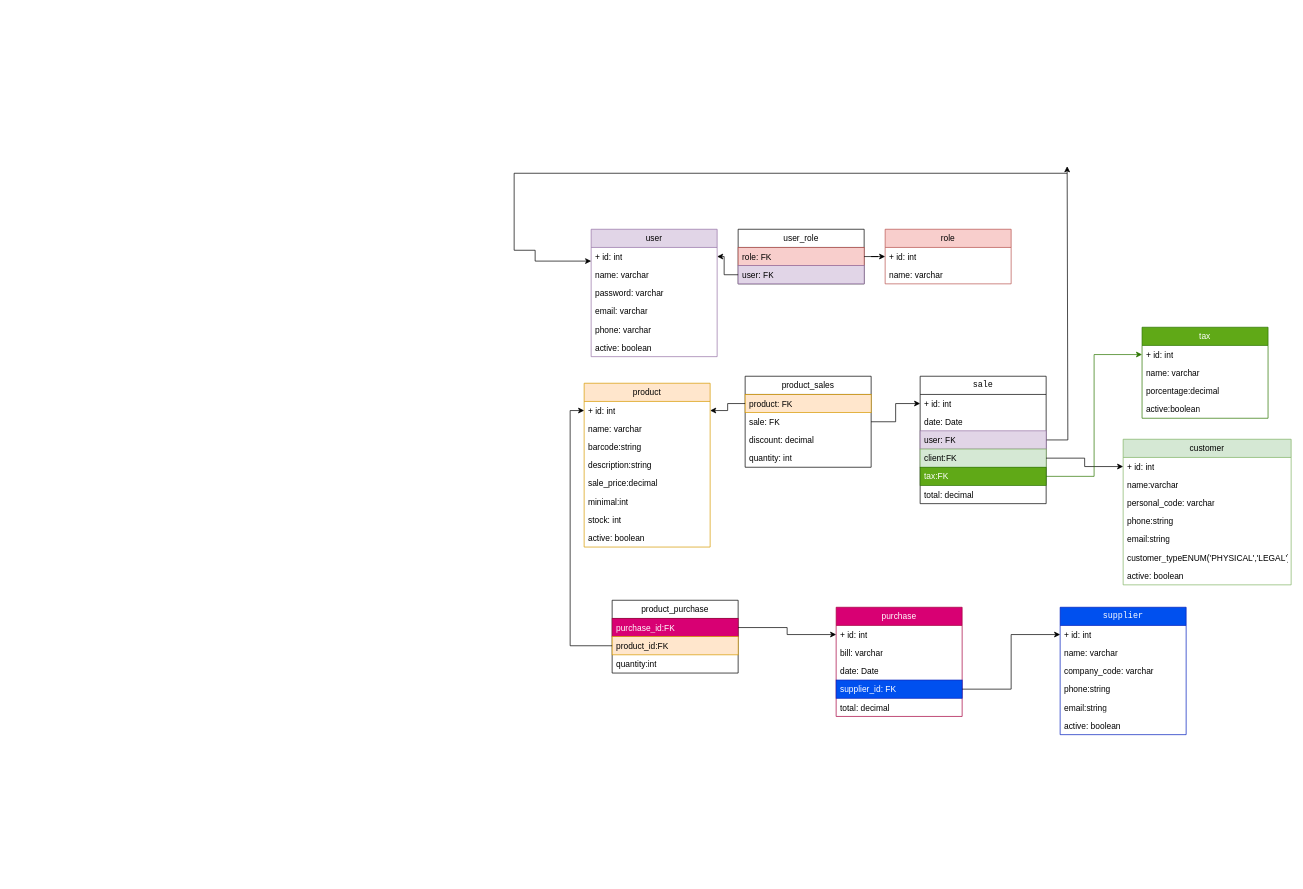
Before: proyecto/elArgentino_bbdd.drawio in Gladys077/App-Ventas-y-Stock, a draw.io diagram. Source tidied: cells renumbered, new cells numbered last; positions are measured from the earlier drawing's top-left corner, leaving out a move shared by most shapes. Both pictures are drawn from the tidied source at 70%, with x=0, y=0 at pixel (514, 166).
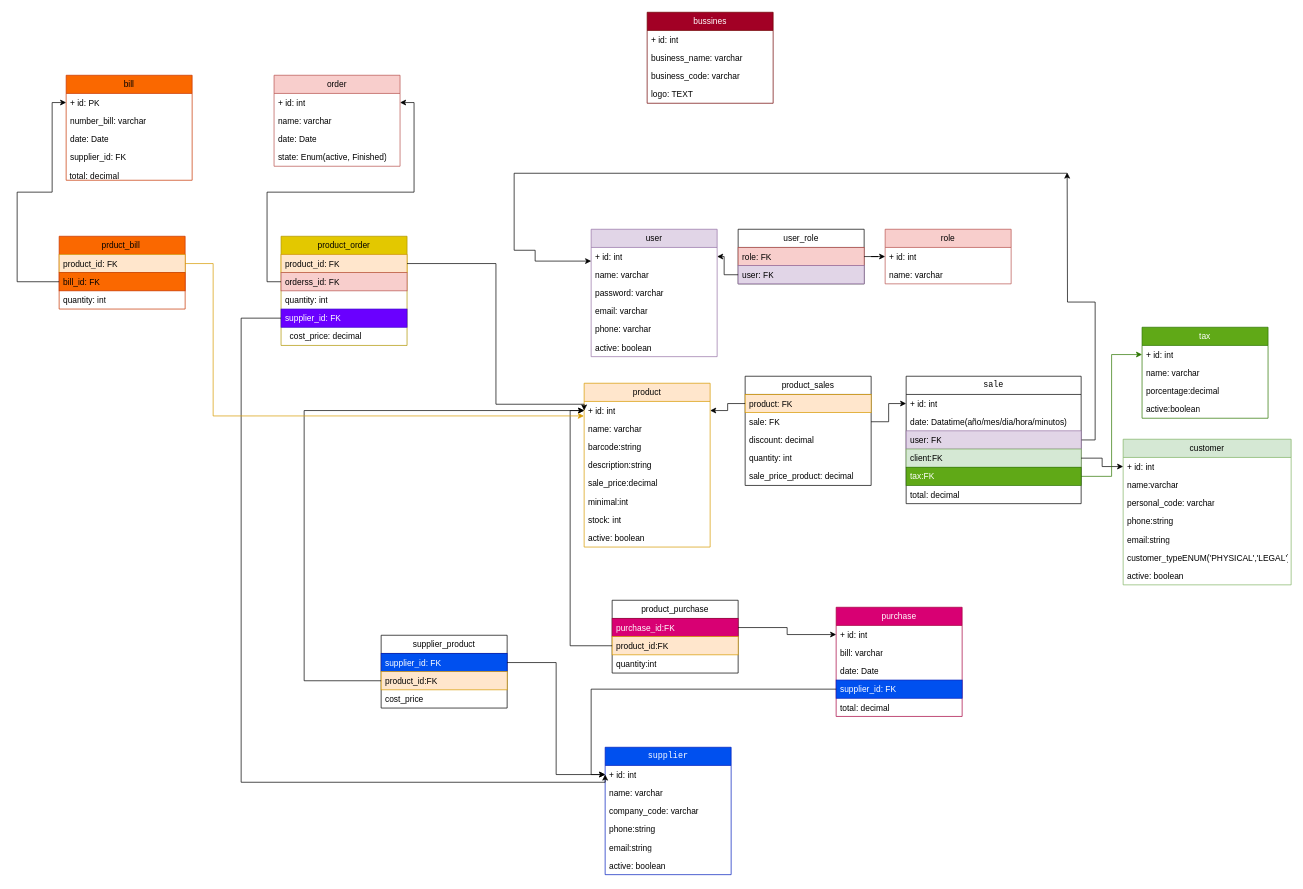
The same diagram, later.

Commit message (it also covers changes not shown here):
agregando ussies en la bbdd

The change refers to these unchanged cells:
```xml
<mxCell id="18" value="+ id: int" style="text;strokeColor=none;fillColor=none;align=left;verticalAlign=top;spacingLeft=4;spacingRight=4;overflow=hidden;points=[[0,0.5],[1,0.5]];portConstraint=eastwest;whiteSpace=wrap;html=1;" parent="17" vertex="1">
  <mxGeometry y="26" width="180" height="26" as="geometry" />
</mxCell>
<mxCell id="27" value="+ id: int" style="text;strokeColor=none;fillColor=none;align=left;verticalAlign=top;spacingLeft=4;spacingRight=4;overflow=hidden;points=[[0,0.5],[1,0.5]];portConstraint=eastwest;whiteSpace=wrap;html=1;" parent="26" vertex="1">
  <mxGeometry y="26" width="180" height="26" as="geometry" />
</mxCell>
```

The edit, as a diff of the source:
```diff
@@
     <mxCell id="26" value="&lt;pre dir=&quot;ltr&quot; aria-label=&quot;Texto traducido&quot; style=&quot;text-align:left&quot; id=&quot;tw-target-text&quot; class=&quot;tw-data-text tw-text-large tw-ta&quot;&gt;&lt;span lang=&quot;en&quot; class=&quot;Y2IQFc&quot;&gt;supplier&lt;/span&gt;&lt;/pre&gt;" style="swimlane;fontStyle=0;horizontal=1;startSize=26;fillColor=#0050ef;whiteSpace=wrap;html=1;fontColor=#ffffff;strokeColor=#001DBC;" parent="1" vertex="1">
-      <mxGeometry x="780" y="630" width="180" height="182" as="geometry" />
+      <mxGeometry x="130" y="830" width="180" height="182" as="geometry" />
     </mxCell>
@@
     <mxCell id="33" value="&lt;pre dir=&quot;ltr&quot; aria-label=&quot;Texto traducido&quot; style=&quot;text-align:left&quot; id=&quot;tw-target-text&quot; class=&quot;tw-data-text tw-text-large tw-ta&quot;&gt;&lt;span lang=&quot;en&quot; class=&quot;Y2IQFc&quot;&gt;sale&lt;/span&gt;&lt;/pre&gt;" style="swimlane;fontStyle=0;horizontal=1;startSize=26;fillColor=none;whiteSpace=wrap;html=1;" parent="1" vertex="1">
-      <mxGeometry x="580" y="300" width="180" height="182" as="geometry" />
+      <mxGeometry x="560" y="300" width="250" height="182" as="geometry" />
     </mxCell>
     <mxCell id="34" value="+ id: int" style="text;strokeColor=none;fillColor=none;align=left;verticalAlign=top;spacingLeft=4;spacingRight=4;overflow=hidden;points=[[0,0.5],[1,0.5]];portConstraint=eastwest;whiteSpace=wrap;html=1;" parent="33" vertex="1">
-      <mxGeometry y="26" width="180" height="26" as="geometry" />
+      <mxGeometry y="26" width="250" height="26" as="geometry" />
     </mxCell>
-    <mxCell id="35" value="date: Date" style="text;strokeColor=none;fillColor=none;align=left;verticalAlign=top;spacingLeft=4;spacingRight=4;overflow=hidden;whiteSpace=wrap;html=1;" parent="33" vertex="1">
-      <mxGeometry y="52" width="180" height="26" as="geometry" />
+    <mxCell id="35" value="date: Datatime(año/mes/dia/hora/minutos)" style="text;strokeColor=none;fillColor=none;align=left;verticalAlign=top;spacingLeft=4;spacingRight=4;overflow=hidden;whiteSpace=wrap;html=1;" parent="33" vertex="1">
+      <mxGeometry y="52" width="250" height="26" as="geometry" />
     </mxCell>
-    <mxCell id="36" style="edgeStyle=orthogonalEdgeStyle;rounded=0;jettySize=auto;html=1;" parent="33" edge="1" source="37">
-      <mxGeometry relative="1" as="geometry">
-        <mxPoint x="210" y="-300" as="targetPoint" />
-        <Array as="points">
-          <mxPoint x="211" y="91" />
-        </Array>
-      </mxGeometry>
-    </mxCell>
+    <mxCell id="77" style="edgeStyle=orthogonalEdgeStyle;rounded=0;jettySize=auto;html=1;" parent="33" edge="1" source="37">
+      <mxGeometry relative="1" as="geometry">
+        <mxPoint x="230" y="-291" as="targetPoint" />
+      </mxGeometry>
+    </mxCell>
     <mxCell id="37" value="user: FK" style="text;strokeColor=#9673a6;fillColor=#e1d5e7;align=left;verticalAlign=top;spacingLeft=4;spacingRight=4;overflow=hidden;points=[[0,0.5],[1,0.5]];portConstraint=eastwest;whiteSpace=wrap;html=1;" parent="33" vertex="1">
-      <mxGeometry y="78" width="180" height="26" as="geometry" />
+      <mxGeometry y="78" width="250" height="26" as="geometry" />
     </mxCell>
     <mxCell id="38" value="client:FK" style="text;strokeColor=#82b366;fillColor=#d5e8d4;align=left;verticalAlign=top;spacingLeft=4;spacingRight=4;overflow=hidden;points=[[0,0.5],[1,0.5]];portConstraint=eastwest;whiteSpace=wrap;html=1;" parent="33" vertex="1">
-      <mxGeometry y="104" width="180" height="26" as="geometry" />
+      <mxGeometry y="104" width="250" height="26" as="geometry" />
     </mxCell>
     <mxCell id="39" value="tax:FK" style="text;strokeColor=#2D7600;fillColor=#60a917;align=left;verticalAlign=top;spacingLeft=4;spacingRight=4;overflow=hidden;points=[[0,0.5],[1,0.5]];portConstraint=eastwest;whiteSpace=wrap;html=1;fontColor=#ffffff;" parent="33" vertex="1">
-      <mxGeometry y="130" width="180" height="26" as="geometry" />
+      <mxGeometry y="130" width="250" height="26" as="geometry" />
     </mxCell>
     <mxCell id="40" value="total: decimal" style="text;strokeColor=none;fillColor=none;align=left;verticalAlign=top;spacingLeft=4;spacingRight=4;overflow=hidden;whiteSpace=wrap;html=1;" parent="33" vertex="1">
-      <mxGeometry y="156" width="180" height="26" as="geometry" />
+      <mxGeometry y="156" width="250" height="26" as="geometry" />
     </mxCell>
     <mxCell id="41" value="product_sales" style="swimlane;fontStyle=0;horizontal=1;startSize=26;fillColor=none;whiteSpace=wrap;html=1;" parent="1" vertex="1">
-      <mxGeometry x="330" y="300" width="180" height="130" as="geometry" />
+      <mxGeometry x="330" y="300" width="180" height="156" as="geometry" />
     </mxCell>
@@
+    <mxCell id="78" value="sale_price_product: decimal" style="text;strokeColor=none;fillColor=none;align=left;verticalAlign=top;spacingLeft=4;spacingRight=4;overflow=hidden;whiteSpace=wrap;html=1;" parent="41" vertex="1">
+      <mxGeometry y="130" width="180" height="26" as="geometry" />
+    </mxCell>
@@
+    <mxCell id="79" value="supplier_product" style="swimlane;fontStyle=0;horizontal=1;startSize=26;whiteSpace=wrap;html=1;" parent="1" vertex="1">
+      <mxGeometry x="-190" y="670" width="180" height="104" as="geometry" />
+    </mxCell>
+    <mxCell id="80" value="supplier_id: FK" style="text;strokeColor=#001DBC;fillColor=#0050ef;align=left;verticalAlign=top;spacingLeft=4;spacingRight=4;overflow=hidden;points=[[0,0.5],[1,0.5]];portConstraint=eastwest;whiteSpace=wrap;html=1;fontColor=#ffffff;" parent="79" vertex="1">
+      <mxGeometry y="26" width="180" height="26" as="geometry" />
+    </mxCell>
+    <mxCell id="81" value="product_id:FK" style="text;strokeColor=#d79b00;fillColor=#ffe6cc;align=left;verticalAlign=top;spacingLeft=4;spacingRight=4;overflow=hidden;points=[[0,0.5],[1,0.5]];portConstraint=eastwest;whiteSpace=wrap;html=1;" parent="79" vertex="1">
+      <mxGeometry y="52" width="180" height="26" as="geometry" />
+    </mxCell>
+    <mxCell id="82" value="cost_price" style="text;strokeColor=none;fillColor=none;align=left;verticalAlign=top;spacingLeft=4;spacingRight=4;overflow=hidden;whiteSpace=wrap;html=1;" parent="79" vertex="1">
+      <mxGeometry y="78" width="180" height="26" as="geometry" />
+    </mxCell>
+    <mxCell id="83" style="edgeStyle=orthogonalEdgeStyle;rounded=0;jettySize=auto;html=1;entryX=0;entryY=0.5;entryDx=0;entryDy=0;" parent="1" edge="1" source="81" target="18">
+      <mxGeometry relative="1" as="geometry">
+        <Array as="points">
+          <mxPoint x="-300" y="735" />
+          <mxPoint x="-300" y="349" />
+        </Array>
+      </mxGeometry>
+    </mxCell>
+    <mxCell id="84" style="edgeStyle=orthogonalEdgeStyle;rounded=0;jettySize=auto;html=1;entryX=0;entryY=0.5;entryDx=0;entryDy=0;" parent="1" edge="1" source="80" target="27">
+      <mxGeometry relative="1" as="geometry" />
+    </mxCell>
+    <mxCell id="85" value="bussines" style="swimlane;fontStyle=0;horizontal=1;startSize=26;fillColor=#a20025;whiteSpace=wrap;html=1;strokeColor=#6F0000;fontColor=#ffffff;" parent="1" vertex="1">
+      <mxGeometry x="190" y="-220" width="180" height="130" as="geometry" />
+    </mxCell>
+    <mxCell id="86" value="+ id: int" style="text;strokeColor=none;fillColor=none;align=left;verticalAlign=top;spacingLeft=4;spacingRight=4;overflow=hidden;whiteSpace=wrap;html=1;" parent="85" vertex="1">
+      <mxGeometry y="26" width="180" height="26" as="geometry" />
+    </mxCell>
+    <mxCell id="87" value="business_name: varchar" style="text;strokeColor=none;fillColor=none;align=left;verticalAlign=top;spacingLeft=4;spacingRight=4;overflow=hidden;whiteSpace=wrap;html=1;" parent="85" vertex="1">
+      <mxGeometry y="52" width="180" height="26" as="geometry" />
+    </mxCell>
+    <mxCell id="88" value="business_code: varchar" style="text;strokeColor=none;fillColor=none;align=left;verticalAlign=top;spacingLeft=4;spacingRight=4;overflow=hidden;whiteSpace=wrap;html=1;" parent="85" vertex="1">
+      <mxGeometry y="78" width="180" height="26" as="geometry" />
+    </mxCell>
+    <mxCell id="89" value="logo: TEXT" style="text;strokeColor=none;fillColor=none;align=left;verticalAlign=top;spacingLeft=4;spacingRight=4;overflow=hidden;whiteSpace=wrap;html=1;" parent="85" vertex="1">
+      <mxGeometry y="104" width="180" height="26" as="geometry" />
+    </mxCell>
+    <mxCell id="90" value="order" style="swimlane;fontStyle=0;horizontal=1;startSize=26;fillColor=#f8cecc;whiteSpace=wrap;html=1;strokeColor=#b85450;" parent="1" vertex="1">
+      <mxGeometry x="-343" y="-130" width="180" height="130" as="geometry" />
+    </mxCell>
+    <mxCell id="91" value="+ id: int" style="text;strokeColor=none;fillColor=none;align=left;verticalAlign=top;spacingLeft=4;spacingRight=4;overflow=hidden;points=[[0,0.5],[1,0.5]];portConstraint=eastwest;whiteSpace=wrap;html=1;" parent="90" vertex="1">
+      <mxGeometry y="26" width="180" height="26" as="geometry" />
+    </mxCell>
+    <mxCell id="92" value="name: varchar" style="text;strokeColor=none;fillColor=none;align=left;verticalAlign=top;spacingLeft=4;spacingRight=4;overflow=hidden;whiteSpace=wrap;html=1;" parent="90" vertex="1">
+      <mxGeometry y="52" width="180" height="26" as="geometry" />
+    </mxCell>
+    <mxCell id="93" value="date: Date" style="text;strokeColor=none;fillColor=none;align=left;verticalAlign=top;spacingLeft=4;spacingRight=4;overflow=hidden;whiteSpace=wrap;html=1;" parent="90" vertex="1">
+      <mxGeometry y="78" width="180" height="26" as="geometry" />
+    </mxCell>
+    <mxCell id="94" value="state: Enum(active, Finished)" style="text;strokeColor=none;fillColor=none;align=left;verticalAlign=top;spacingLeft=4;spacingRight=4;overflow=hidden;whiteSpace=wrap;html=1;" parent="90" vertex="1">
+      <mxGeometry y="104" width="180" height="26" as="geometry" />
+    </mxCell>
+    <mxCell id="95" value="product_order" style="swimlane;fontStyle=0;horizontal=1;startSize=26;fillColor=#e3c800;whiteSpace=wrap;html=1;strokeColor=#B09500;fontColor=#000000;" parent="1" vertex="1">
+      <mxGeometry x="-333" y="100" width="180" height="156" as="geometry" />
+    </mxCell>
+    <mxCell id="96" value="product_id: FK" style="text;strokeColor=#d79b00;fillColor=#ffe6cc;align=left;verticalAlign=top;spacingLeft=4;spacingRight=4;overflow=hidden;points=[[0,0.5],[1,0.5]];portConstraint=eastwest;whiteSpace=wrap;html=1;" parent="95" vertex="1">
+      <mxGeometry y="26" width="180" height="26" as="geometry" />
+    </mxCell>
+    <mxCell id="97" value="orderss_id: FK" style="text;strokeColor=#b85450;fillColor=#f8cecc;align=left;verticalAlign=top;spacingLeft=4;spacingRight=4;overflow=hidden;points=[[0,0.5],[1,0.5]];portConstraint=eastwest;whiteSpace=wrap;html=1;" parent="95" vertex="1">
+      <mxGeometry y="52" width="180" height="26" as="geometry" />
+    </mxCell>
+    <mxCell id="98" value="quantity: int" style="text;strokeColor=none;fillColor=none;align=left;verticalAlign=top;spacingLeft=4;spacingRight=4;overflow=hidden;whiteSpace=wrap;html=1;" parent="95" vertex="1">
+      <mxGeometry y="78" width="180" height="26" as="geometry" />
+    </mxCell>
+    <mxCell id="99" value="supplier_id: FK" style="text;strokeColor=#3700CC;fillColor=#6a00ff;align=left;verticalAlign=top;spacingLeft=4;spacingRight=4;overflow=hidden;points=[[0,0.5],[1,0.5]];portConstraint=eastwest;whiteSpace=wrap;html=1;fontColor=#ffffff;" parent="95" vertex="1">
+      <mxGeometry y="104" width="180" height="26" as="geometry" />
+    </mxCell>
+    <mxCell id="100" value="&amp;nbsp; cost_price: decimal" style="text;strokeColor=none;fillColor=none;align=left;verticalAlign=top;spacingLeft=4;spacingRight=4;overflow=hidden;whiteSpace=wrap;html=1;" parent="95" vertex="1">
+      <mxGeometry y="130" width="180" height="26" as="geometry" />
+    </mxCell>
+    <mxCell id="101" style="edgeStyle=orthogonalEdgeStyle;rounded=0;jettySize=auto;html=1;entryX=0;entryY=0.5;entryDx=0;entryDy=0;" parent="1" edge="1" source="96" target="18">
+      <mxGeometry relative="1" as="geometry">
+        <Array as="points">
+          <mxPoint x="-26" y="139" />
+          <mxPoint x="-26" y="340" />
+          <mxPoint x="100" y="340" />
+        </Array>
+      </mxGeometry>
+    </mxCell>
+    <mxCell id="102" style="edgeStyle=orthogonalEdgeStyle;rounded=0;jettySize=auto;html=1;entryX=1;entryY=0.5;entryDx=0;entryDy=0;" parent="1" edge="1" source="97" target="91">
+      <mxGeometry relative="1" as="geometry" />
+    </mxCell>
+    <mxCell id="103" style="edgeStyle=orthogonalEdgeStyle;rounded=0;jettySize=auto;html=1;entryX=0;entryY=0.5;entryDx=0;entryDy=0;" parent="1" edge="1" source="99" target="27">
+      <mxGeometry relative="1" as="geometry">
+        <Array as="points">
+          <mxPoint x="-390" y="217" />
+          <mxPoint x="-390" y="880" />
+          <mxPoint x="130" y="880" />
+        </Array>
+      </mxGeometry>
+    </mxCell>
+    <mxCell id="104" value="bill" style="swimlane;fontStyle=0;horizontal=1;startSize=26;fillColor=#fa6800;whiteSpace=wrap;html=1;strokeColor=#C73500;fontColor=#000000;" parent="1" vertex="1">
+      <mxGeometry x="-640" y="-130" width="180" height="150" as="geometry" />
+    </mxCell>
+    <mxCell id="105" value="+ id: PK" style="text;strokeColor=none;fillColor=none;align=left;verticalAlign=top;spacingLeft=4;spacingRight=4;overflow=hidden;points=[[0,0.5],[1,0.5]];portConstraint=eastwest;whiteSpace=wrap;html=1;" parent="104" vertex="1">
+      <mxGeometry y="26" width="180" height="26" as="geometry" />
+    </mxCell>
+    <mxCell id="106" value="number_bill: varchar" style="text;strokeColor=none;fillColor=none;align=left;verticalAlign=top;spacingLeft=4;spacingRight=4;overflow=hidden;whiteSpace=wrap;html=1;" parent="104" vertex="1">
+      <mxGeometry y="52" width="180" height="26" as="geometry" />
+    </mxCell>
+    <mxCell id="107" value="date: Date" style="text;strokeColor=none;fillColor=none;align=left;verticalAlign=top;spacingLeft=4;spacingRight=4;overflow=hidden;whiteSpace=wrap;html=1;" parent="104" vertex="1">
+      <mxGeometry y="78" width="180" height="26" as="geometry" />
+    </mxCell>
+    <mxCell id="108" value="supplier_id: FK" style="text;strokeColor=none;fillColor=none;align=left;verticalAlign=top;spacingLeft=4;spacingRight=4;overflow=hidden;whiteSpace=wrap;html=1;" parent="104" vertex="1">
+      <mxGeometry y="104" width="180" height="26" as="geometry" />
+    </mxCell>
+    <mxCell id="109" value=" total: decimal" style="text;whiteSpace=wrap;" parent="104" vertex="1">
+      <mxGeometry y="130" width="180" height="20" as="geometry" />
+    </mxCell>
+    <mxCell id="110" value="&lt;span style=&quot;text-align: left;&quot;&gt;prduct_bill&amp;nbsp;&lt;/span&gt;" style="swimlane;fontStyle=0;horizontal=1;startSize=26;fillColor=#fa6800;whiteSpace=wrap;html=1;strokeColor=#C73500;fontColor=#000000;" parent="1" vertex="1">
+      <mxGeometry x="-650" y="100" width="180" height="104" as="geometry" />
+    </mxCell>
+    <mxCell id="111" value="product_id: FK" style="text;strokeColor=#d79b00;fillColor=#ffe6cc;align=left;verticalAlign=top;spacingLeft=4;spacingRight=4;overflow=hidden;points=[[0,0.5],[1,0.5]];portConstraint=eastwest;whiteSpace=wrap;html=1;" parent="110" vertex="1">
+      <mxGeometry y="26" width="180" height="26" as="geometry" />
+    </mxCell>
+    <mxCell id="112" value="bill_id: FK" style="text;strokeColor=#C73500;fillColor=#fa6800;align=left;verticalAlign=top;spacingLeft=4;spacingRight=4;overflow=hidden;points=[[0,0.5],[1,0.5]];portConstraint=eastwest;whiteSpace=wrap;html=1;fontColor=#000000;" parent="110" vertex="1">
+      <mxGeometry y="52" width="180" height="26" as="geometry" />
+    </mxCell>
+    <mxCell id="113" value="quantity: int" style="text;strokeColor=none;fillColor=none;align=left;verticalAlign=top;spacingLeft=4;spacingRight=4;overflow=hidden;whiteSpace=wrap;html=1;" parent="110" vertex="1">
+      <mxGeometry y="78" width="180" height="26" as="geometry" />
+    </mxCell>
+    <mxCell id="114" style="edgeStyle=orthogonalEdgeStyle;rounded=0;jettySize=auto;html=1;entryX=-0.002;entryY=0.795;entryDx=0;entryDy=0;entryPerimeter=0;fillColor=#ffe6cc;strokeColor=#d79b00;" parent="1" edge="1" source="111" target="18">
+      <mxGeometry relative="1" as="geometry">
+        <Array as="points">
+          <mxPoint x="-430" y="139" />
+          <mxPoint x="-430" y="357" />
+        </Array>
+      </mxGeometry>
+    </mxCell>
+    <mxCell id="115" style="edgeStyle=orthogonalEdgeStyle;rounded=0;jettySize=auto;html=1;entryX=0;entryY=0.5;entryDx=0;entryDy=0;" parent="1" edge="1" source="112" target="105">
+      <mxGeometry relative="1" as="geometry">
+        <Array as="points">
+          <mxPoint x="-710" y="165" />
+          <mxPoint x="-710" y="37" />
+          <mxPoint x="-660" y="37" />
+          <mxPoint x="-660" y="-91" />
+        </Array>
+      </mxGeometry>
+    </mxCell>
```
